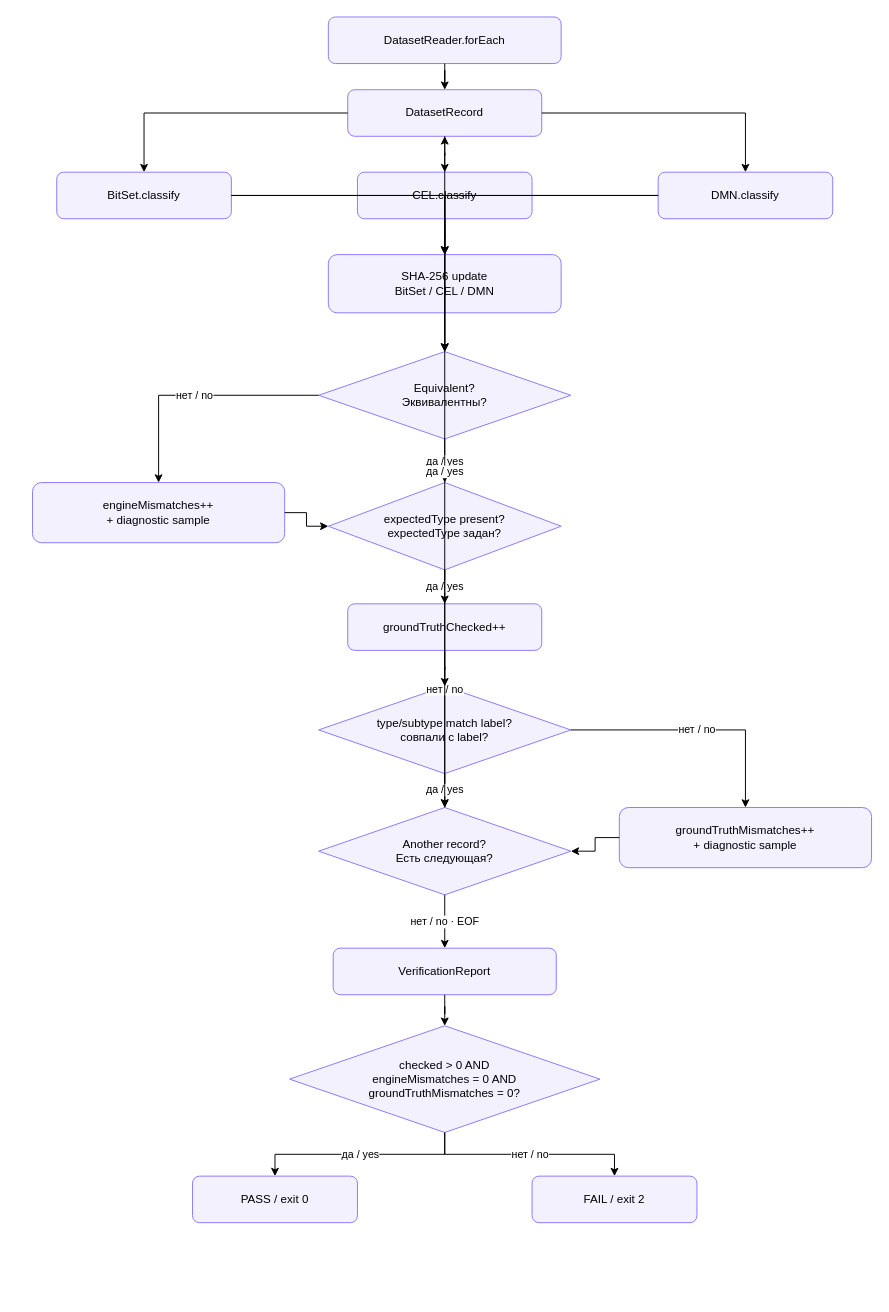
Above: docs/diagrams/verify-flow.drawio in GAbra/itam-asset-typing-benchmark (draw.io), before the change. Source tidied: cells renumbered, new cells numbered last; positions are measured from the earlier drawing's top-left corner, leaving out a move shared by most shapes. Both pictures are drawn from the tidied source at 97%, with x=0, y=0 at pixel (32, 16).
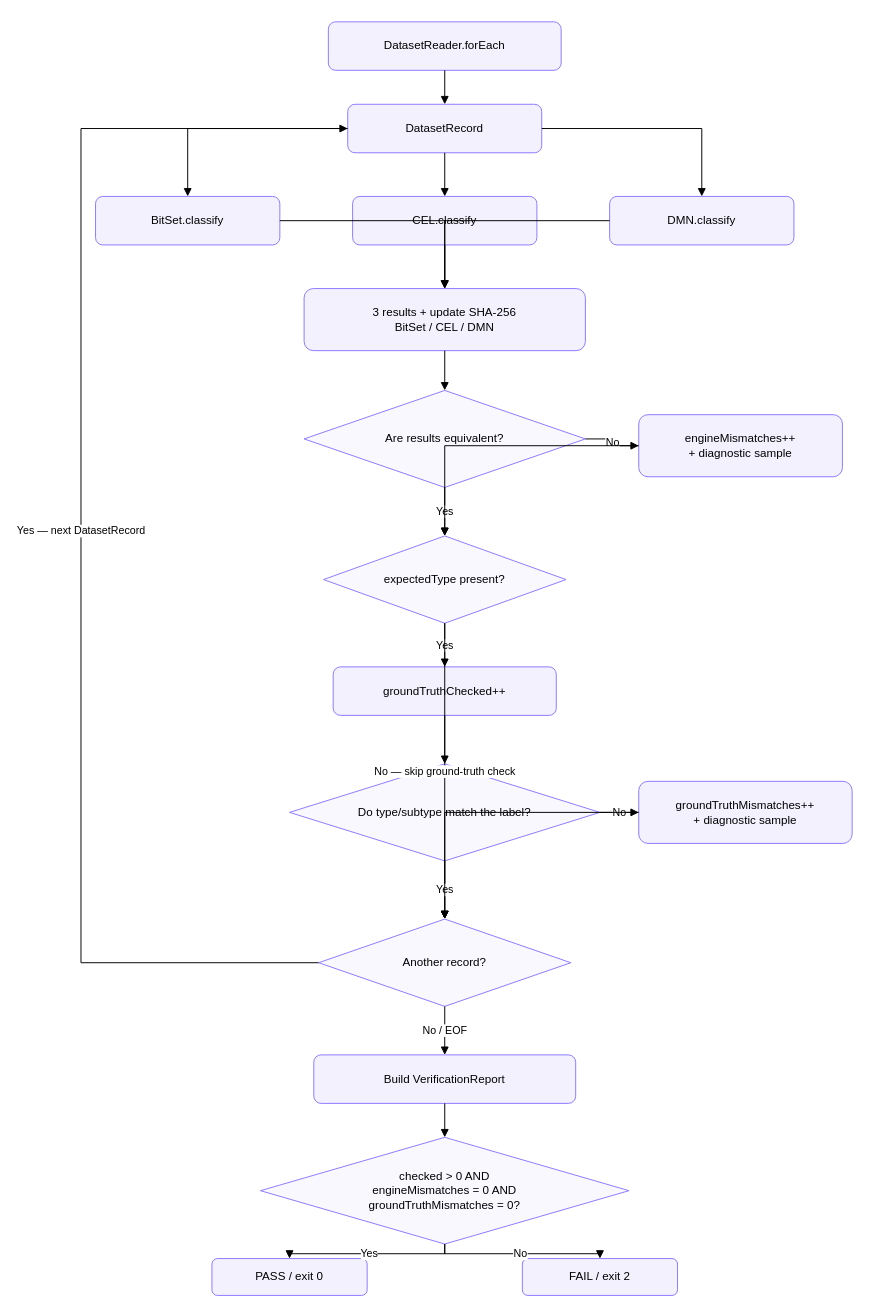
Above is the later version.

Commit message (it also covers changes not shown here):
Clean up verify and benchmark flow artifacts

The edit, as a diff of the source:
```diff
@@
     <mxCell id="2" value="DatasetReader.forEach" style="rounded=1;whiteSpace=wrap;html=1;fillColor=#f4f1ff;strokeColor=#8b79ff;" parent="1" vertex="1">
-      <mxGeometry x="305" width="240" height="48" as="geometry" />
+      <mxGeometry x="305" y="5" width="240" height="50" as="geometry" />
     </mxCell>
     <mxCell id="3" value="DatasetRecord" style="rounded=1;whiteSpace=wrap;html=1;fillColor=#f4f1ff;strokeColor=#8b79ff;" parent="1" vertex="1">
-      <mxGeometry x="325" y="75" width="200" height="48" as="geometry" />
+      <mxGeometry x="325" y="90" width="200" height="50" as="geometry" />
     </mxCell>
     <mxCell id="4" value="BitSet.classify" style="rounded=1;whiteSpace=wrap;html=1;fillColor=#f4f1ff;strokeColor=#8b79ff;" parent="1" vertex="1">
-      <mxGeometry x="25" y="160" width="180" height="48" as="geometry" />
+      <mxGeometry x="65" y="185" width="190" height="50" as="geometry" />
     </mxCell>
     <mxCell id="5" value="CEL.classify" style="rounded=1;whiteSpace=wrap;html=1;fillColor=#f4f1ff;strokeColor=#8b79ff;" parent="1" vertex="1">
-      <mxGeometry x="335" y="160" width="180" height="48" as="geometry" />
+      <mxGeometry x="330" y="185" width="190" height="50" as="geometry" />
     </mxCell>
     <mxCell id="6" value="DMN.classify" style="rounded=1;whiteSpace=wrap;html=1;fillColor=#f4f1ff;strokeColor=#8b79ff;" parent="1" vertex="1">
-      <mxGeometry x="645" y="160" width="180" height="48" as="geometry" />
+      <mxGeometry x="595" y="185" width="190" height="50" as="geometry" />
     </mxCell>
-    <mxCell id="7" value="SHA-256 update&lt;br&gt;BitSet / CEL / DMN" style="rounded=1;whiteSpace=wrap;html=1;fillColor=#f4f1ff;strokeColor=#8b79ff;" parent="1" vertex="1">
-      <mxGeometry x="305" y="245" width="240" height="60" as="geometry" />
-    </mxCell>
+    <mxCell id="43" value="3 results + update SHA-256&lt;br&gt;BitSet / CEL / DMN" style="rounded=1;whiteSpace=wrap;html=1;fillColor=#f4f1ff;strokeColor=#8b79ff;" parent="1" vertex="1">
+      <mxGeometry x="280" y="280" width="290" height="64" as="geometry" />
+    </mxCell>
-    <mxCell id="8" value="Equivalent?&lt;br&gt;Эквивалентны?" style="rhombus;whiteSpace=wrap;html=1;fillColor=#f4f1ff;strokeColor=#8b79ff;" parent="1" vertex="1">
-      <mxGeometry x="295" y="345" width="260" height="90" as="geometry" />
+    <mxCell id="8" value="Are results equivalent?" style="rhombus;whiteSpace=wrap;html=1;fillColor=#faf8ff;strokeColor=#8b79ff;" parent="1" vertex="1">
+      <mxGeometry x="280" y="385" width="290" height="100" as="geometry" />
     </mxCell>
     <mxCell id="9" value="engineMismatches++&lt;br&gt;+ diagnostic sample" style="rounded=1;whiteSpace=wrap;html=1;fillColor=#f4f1ff;strokeColor=#8b79ff;" parent="1" vertex="1">
-      <mxGeometry y="480" width="260" height="62" as="geometry" />
+      <mxGeometry x="625" y="410" width="210" height="64" as="geometry" />
     </mxCell>
-    <mxCell id="10" value="expectedType present?&lt;br&gt;expectedType задан?" style="rhombus;whiteSpace=wrap;html=1;fillColor=#f4f1ff;strokeColor=#8b79ff;" parent="1" vertex="1">
-      <mxGeometry x="305" y="480" width="240" height="90" as="geometry" />
+    <mxCell id="10" value="expectedType present?" style="rhombus;whiteSpace=wrap;html=1;fillColor=#faf8ff;strokeColor=#8b79ff;" parent="1" vertex="1">
+      <mxGeometry x="300" y="535" width="250" height="90" as="geometry" />
     </mxCell>
     <mxCell id="11" value="groundTruthChecked++" style="rounded=1;whiteSpace=wrap;html=1;fillColor=#f4f1ff;strokeColor=#8b79ff;" parent="1" vertex="1">
-      <mxGeometry x="325" y="605" width="200" height="48" as="geometry" />
+      <mxGeometry x="310" y="670" width="230" height="50" as="geometry" />
     </mxCell>
-    <mxCell id="12" value="type/subtype match label?&lt;br&gt;совпали с label?" style="rhombus;whiteSpace=wrap;html=1;fillColor=#f4f1ff;strokeColor=#8b79ff;" parent="1" vertex="1">
-      <mxGeometry x="295" y="690" width="260" height="90" as="geometry" />
-    </mxCell>
+    <mxCell id="44" value="Do type/subtype match the label?" style="rhombus;whiteSpace=wrap;html=1;fillColor=#faf8ff;strokeColor=#8b79ff;" parent="1" vertex="1">
+      <mxGeometry x="265" y="770" width="320" height="100" as="geometry" />
+    </mxCell>
     <mxCell id="13" value="groundTruthMismatches++&lt;br&gt;+ diagnostic sample" style="rounded=1;whiteSpace=wrap;html=1;fillColor=#f4f1ff;strokeColor=#8b79ff;" parent="1" vertex="1">
-      <mxGeometry x="605" y="815" width="260" height="62" as="geometry" />
+      <mxGeometry x="625" y="788" width="220" height="64" as="geometry" />
     </mxCell>
-    <mxCell id="14" value="Another record?&lt;br&gt;Есть следующая?" style="rhombus;whiteSpace=wrap;html=1;fillColor=#f4f1ff;strokeColor=#8b79ff;" parent="1" vertex="1">
-      <mxGeometry x="295" y="815" width="260" height="90" as="geometry" />
+    <mxCell id="14" value="Another record?" style="rhombus;whiteSpace=wrap;html=1;fillColor=#faf8ff;strokeColor=#8b79ff;" parent="1" vertex="1">
+      <mxGeometry x="295" y="930" width="260" height="90" as="geometry" />
     </mxCell>
-    <mxCell id="15" value="VerificationReport" style="rounded=1;whiteSpace=wrap;html=1;fillColor=#f4f1ff;strokeColor=#8b79ff;" parent="1" vertex="1">
-      <mxGeometry x="310" y="960" width="230" height="48" as="geometry" />
+    <mxCell id="15" value="Build VerificationReport" style="rounded=1;whiteSpace=wrap;html=1;fillColor=#f4f1ff;strokeColor=#8b79ff;" parent="1" vertex="1">
+      <mxGeometry x="290" y="1070" width="270" height="50" as="geometry" />
     </mxCell>
-    <mxCell id="16" value="checked &amp;gt; 0 AND&lt;br&gt;engineMismatches = 0 AND&lt;br&gt;groundTruthMismatches = 0?" style="rhombus;whiteSpace=wrap;html=1;fillColor=#f4f1ff;strokeColor=#8b79ff;" parent="1" vertex="1">
-      <mxGeometry x="265" y="1040" width="320" height="110" as="geometry" />
+    <mxCell id="16" value="checked &gt; 0 AND&lt;br&gt;engineMismatches = 0 AND&lt;br&gt;groundTruthMismatches = 0?" style="rhombus;whiteSpace=wrap;html=1;fillColor=#faf8ff;strokeColor=#8b79ff;" parent="1" vertex="1">
+      <mxGeometry x="235" y="1155" width="380" height="110" as="geometry" />
     </mxCell>
     <mxCell id="17" value="PASS / exit 0" style="rounded=1;whiteSpace=wrap;html=1;fillColor=#f4f1ff;strokeColor=#8b79ff;" parent="1" vertex="1">
-      <mxGeometry x="165" y="1195" width="170" height="48" as="geometry" />
+      <mxGeometry x="185" y="1280" width="160" height="38" as="geometry" />
     </mxCell>
     <mxCell id="18" value="FAIL / exit 2" style="rounded=1;whiteSpace=wrap;html=1;fillColor=#f4f1ff;strokeColor=#8b79ff;" parent="1" vertex="1">
-      <mxGeometry x="515" y="1195" width="170" height="48" as="geometry" />
+      <mxGeometry x="505" y="1280" width="160" height="38" as="geometry" />
     </mxCell>
-    <mxCell id="19" style="edgeStyle=orthogonalEdgeStyle;rounded=0;jettySize=auto;html=1;" parent="1" edge="1" source="2" target="3">
+    <mxCell id="19" style="edgeStyle=orthogonalEdgeStyle;rounded=0;html=1;endArrow=block;" parent="1" edge="1" source="2" target="3">
       <mxGeometry relative="1" as="geometry" />
     </mxCell>
-    <mxCell id="20" style="edgeStyle=orthogonalEdgeStyle;rounded=0;jettySize=auto;html=1;" parent="1" edge="1" source="3" target="4">
+    <mxCell id="20" style="edgeStyle=orthogonalEdgeStyle;rounded=0;html=1;endArrow=block;" parent="1" edge="1" source="3" target="4">
       <mxGeometry relative="1" as="geometry" />
     </mxCell>
-    <mxCell id="21" style="edgeStyle=orthogonalEdgeStyle;rounded=0;jettySize=auto;html=1;" parent="1" edge="1" source="3" target="5">
+    <mxCell id="21" style="edgeStyle=orthogonalEdgeStyle;rounded=0;html=1;endArrow=block;" parent="1" edge="1" source="3" target="5">
       <mxGeometry relative="1" as="geometry" />
     </mxCell>
-    <mxCell id="22" style="edgeStyle=orthogonalEdgeStyle;rounded=0;jettySize=auto;html=1;" parent="1" edge="1" source="3" target="6">
+    <mxCell id="22" style="edgeStyle=orthogonalEdgeStyle;rounded=0;html=1;endArrow=block;" parent="1" edge="1" source="3" target="6">
       <mxGeometry relative="1" as="geometry" />
     </mxCell>
-    <mxCell id="23" style="edgeStyle=orthogonalEdgeStyle;rounded=0;jettySize=auto;html=1;" parent="1" edge="1" source="4" target="7">
+    <mxCell id="23" style="edgeStyle=orthogonalEdgeStyle;rounded=0;html=1;endArrow=block;" parent="1" edge="1" source="4" target="43">
       <mxGeometry relative="1" as="geometry" />
     </mxCell>
-    <mxCell id="24" style="edgeStyle=orthogonalEdgeStyle;rounded=0;jettySize=auto;html=1;" parent="1" edge="1" source="5" target="7">
+    <mxCell id="24" style="edgeStyle=orthogonalEdgeStyle;rounded=0;html=1;endArrow=block;" parent="1" edge="1" source="5" target="43">
       <mxGeometry relative="1" as="geometry" />
     </mxCell>
-    <mxCell id="25" style="edgeStyle=orthogonalEdgeStyle;rounded=0;jettySize=auto;html=1;" parent="1" edge="1" source="6" target="7">
+    <mxCell id="25" style="edgeStyle=orthogonalEdgeStyle;rounded=0;html=1;endArrow=block;" parent="1" edge="1" source="6" target="43">
       <mxGeometry relative="1" as="geometry" />
     </mxCell>
-    <mxCell id="26" style="edgeStyle=orthogonalEdgeStyle;rounded=0;jettySize=auto;html=1;" parent="1" edge="1" source="4" target="8">
+    <mxCell id="26" style="edgeStyle=orthogonalEdgeStyle;rounded=0;html=1;endArrow=block;" parent="1" edge="1" source="43" target="8">
       <mxGeometry relative="1" as="geometry" />
     </mxCell>
-    <mxCell id="27" style="edgeStyle=orthogonalEdgeStyle;rounded=0;jettySize=auto;html=1;" parent="1" edge="1" source="5" target="8">
+    <mxCell id="27" value="Yes" style="edgeStyle=orthogonalEdgeStyle;rounded=0;html=1;endArrow=block;" parent="1" edge="1" source="8" target="10">
       <mxGeometry relative="1" as="geometry" />
     </mxCell>
-    <mxCell id="28" style="edgeStyle=orthogonalEdgeStyle;rounded=0;jettySize=auto;html=1;" parent="1" edge="1" source="6" target="8">
+    <mxCell id="28" value="No" style="edgeStyle=orthogonalEdgeStyle;rounded=0;html=1;endArrow=block;" parent="1" edge="1" source="8" target="9">
       <mxGeometry relative="1" as="geometry" />
     </mxCell>
-    <mxCell id="29" value="нет / no" style="edgeStyle=orthogonalEdgeStyle;rounded=0;jettySize=auto;html=1;" parent="1" edge="1" source="8" target="9">
+    <mxCell id="29" style="edgeStyle=orthogonalEdgeStyle;rounded=0;html=1;endArrow=block;" parent="1" edge="1" source="9" target="10">
       <mxGeometry relative="1" as="geometry" />
     </mxCell>
-    <mxCell id="30" value="да / yes" style="edgeStyle=orthogonalEdgeStyle;rounded=0;jettySize=auto;html=1;" parent="1" edge="1" source="8" target="10">
+    <mxCell id="30" value="Yes" style="edgeStyle=orthogonalEdgeStyle;rounded=0;html=1;endArrow=block;" parent="1" edge="1" source="10" target="11">
       <mxGeometry relative="1" as="geometry" />
     </mxCell>
-    <mxCell id="31" style="edgeStyle=orthogonalEdgeStyle;rounded=0;jettySize=auto;html=1;" parent="1" edge="1" source="9" target="10">
+    <mxCell id="31" value="No — skip ground-truth check" style="edgeStyle=orthogonalEdgeStyle;rounded=0;html=1;endArrow=block;" parent="1" edge="1" source="10" target="14">
       <mxGeometry relative="1" as="geometry" />
     </mxCell>
-    <mxCell id="32" value="да / yes" style="edgeStyle=orthogonalEdgeStyle;rounded=0;jettySize=auto;html=1;" parent="1" edge="1" source="10" target="11">
+    <mxCell id="32" style="edgeStyle=orthogonalEdgeStyle;rounded=0;html=1;endArrow=block;" parent="1" edge="1" source="11" target="44">
       <mxGeometry relative="1" as="geometry" />
     </mxCell>
-    <mxCell id="33" value="нет / no" style="edgeStyle=orthogonalEdgeStyle;rounded=0;jettySize=auto;html=1;" parent="1" edge="1" source="10" target="14">
+    <mxCell id="33" value="Yes" style="edgeStyle=orthogonalEdgeStyle;rounded=0;html=1;endArrow=block;" parent="1" edge="1" source="44" target="14">
       <mxGeometry relative="1" as="geometry" />
     </mxCell>
-    <mxCell id="34" style="edgeStyle=orthogonalEdgeStyle;rounded=0;jettySize=auto;html=1;" parent="1" edge="1" source="11" target="12">
+    <mxCell id="34" value="No" style="edgeStyle=orthogonalEdgeStyle;rounded=0;html=1;endArrow=block;" parent="1" edge="1" source="44" target="13">
       <mxGeometry relative="1" as="geometry" />
     </mxCell>
-    <mxCell id="35" value="да / yes" style="edgeStyle=orthogonalEdgeStyle;rounded=0;jettySize=auto;html=1;" parent="1" edge="1" source="12" target="14">
+    <mxCell id="35" style="edgeStyle=orthogonalEdgeStyle;rounded=0;html=1;endArrow=block;" parent="1" edge="1" source="13" target="14">
       <mxGeometry relative="1" as="geometry" />
     </mxCell>
-    <mxCell id="36" value="нет / no" style="edgeStyle=orthogonalEdgeStyle;rounded=0;jettySize=auto;html=1;" parent="1" edge="1" source="12" target="13">
-      <mxGeometry relative="1" as="geometry" />
+    <mxCell id="36" value="Yes — next DatasetRecord" style="edgeStyle=orthogonalEdgeStyle;rounded=0;html=1;endArrow=block;" parent="1" edge="1" source="14" target="3">
+      <mxGeometry relative="1" as="geometry">
+        <Array as="points">
+          <mxPoint x="50" y="975" />
+          <mxPoint x="50" y="115" />
+        </Array>
+      </mxGeometry>
     </mxCell>
-    <mxCell id="37" style="edgeStyle=orthogonalEdgeStyle;rounded=0;jettySize=auto;html=1;" parent="1" edge="1" source="13" target="14">
+    <mxCell id="37" value="No / EOF" style="edgeStyle=orthogonalEdgeStyle;rounded=0;html=1;endArrow=block;" parent="1" edge="1" source="14" target="15">
       <mxGeometry relative="1" as="geometry" />
     </mxCell>
-    <mxCell id="38" value="да / yes" style="edgeStyle=orthogonalEdgeStyle;rounded=0;jettySize=auto;html=1;" parent="1" edge="1" source="14" target="3">
+    <mxCell id="38" style="edgeStyle=orthogonalEdgeStyle;rounded=0;html=1;endArrow=block;" parent="1" edge="1" source="15" target="16">
       <mxGeometry relative="1" as="geometry" />
     </mxCell>
-    <mxCell id="39" value="нет / no · EOF" style="edgeStyle=orthogonalEdgeStyle;rounded=0;jettySize=auto;html=1;" parent="1" edge="1" source="14" target="15">
+    <mxCell id="39" value="Yes" style="edgeStyle=orthogonalEdgeStyle;rounded=0;html=1;endArrow=block;" parent="1" edge="1" source="16" target="17">
       <mxGeometry relative="1" as="geometry" />
     </mxCell>
-    <mxCell id="40" style="edgeStyle=orthogonalEdgeStyle;rounded=0;jettySize=auto;html=1;" parent="1" edge="1" source="15" target="16">
+    <mxCell id="40" value="No" style="edgeStyle=orthogonalEdgeStyle;rounded=0;html=1;endArrow=block;" parent="1" edge="1" source="16" target="18">
       <mxGeometry relative="1" as="geometry" />
     </mxCell>
-    <mxCell id="41" value="да / yes" style="edgeStyle=orthogonalEdgeStyle;rounded=0;jettySize=auto;html=1;" parent="1" edge="1" source="16" target="17">
-      <mxGeometry relative="1" as="geometry" />
-    </mxCell>
-    <mxCell id="42" value="нет / no" style="edgeStyle=orthogonalEdgeStyle;rounded=0;jettySize=auto;html=1;" parent="1" edge="1" source="16" target="18">
-      <mxGeometry relative="1" as="geometry" />
-    </mxCell>
```
